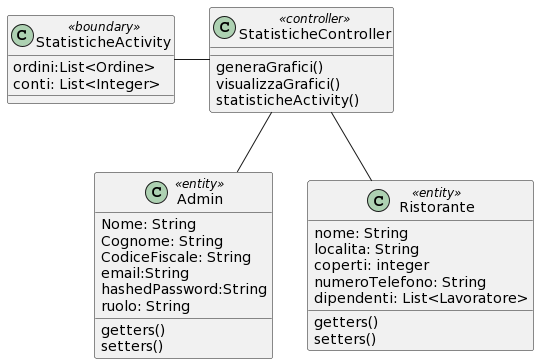
Above: Documentazione/assets/diagrammi/Class diagram di analisi/Gestione Stat.png in Mathieus99/RatatouilleDoc (PlantUML), before the change.
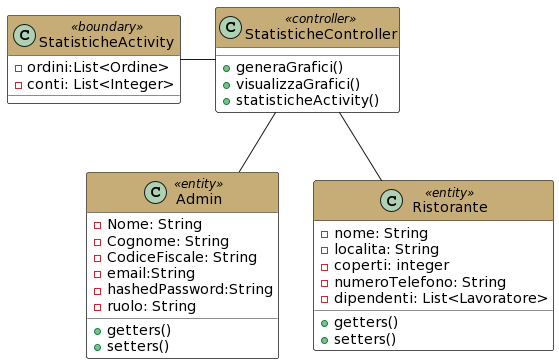
The same file after the commit.

Diff of the diagram source:
```diff
@@ -1,37 +1,44 @@
 @startuml
-class Admin <<entity>> {
- Nome: String
- Cognome: String
- CodiceFiscale: String
- email:String
- hashedPassword:String
- ruolo: String
- getters()
- setters()
+skinparam class{
+  BackgroundColor white
+}
+skinparam package{
+  BackgroundColor white
 }
 
-class Ristorante<<entity>> {
- nome: String
- localita: String
- coperti: integer
- numeroTelefono: String
- dipendenti: List<Lavoratore>
- getters()
- setters()
+class Admin <<entity>>  #header:C6AD77 {
+ -Nome: String
+ -Cognome: String
+ -CodiceFiscale: String
+ -email:String
+ -hashedPassword:String
+ -ruolo: String
+ +getters()
+ +setters()
+}
+
+class Ristorante<<entity>>  #header:C6AD77 {
+ -nome: String
+ -localita: String
+ -coperti: integer
+ -numeroTelefono: String
+ -dipendenti: List<Lavoratore>
+ +getters()
+ +setters()
 }
 
 
-class StatisticheController << controller >> {
-generaGrafici()
-visualizzaGrafici()
-statisticheActivity()
+class StatisticheController << controller >>  #header:C6AD77 {
++generaGrafici()
++visualizzaGrafici()
++statisticheActivity()
 }
 
 
 
-class StatisticheActivity << boundary >> {
- ordini:List<Ordine>
- conti: List<Integer>
+class StatisticheActivity << boundary >> #header:C6AD77  {
+ -ordini:List<Ordine>
+ -conti: List<Integer>
 }
 
 
```
